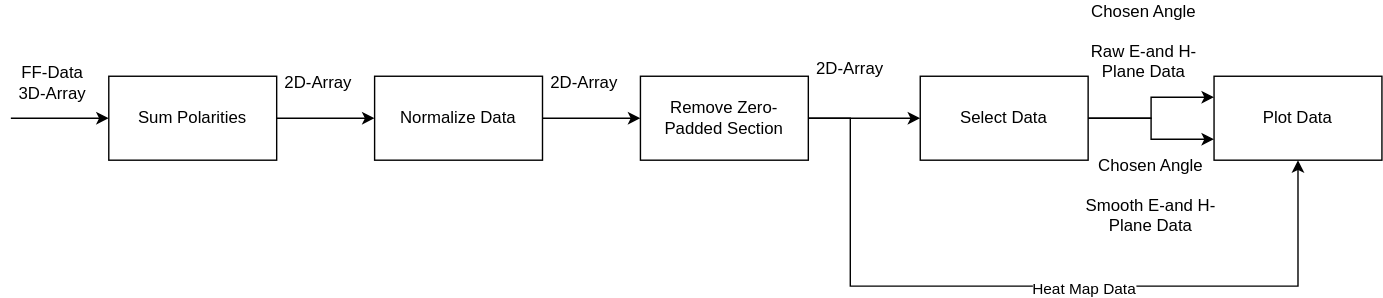
Before: Figures/systemDesign/postProcessing/postProcessingBlock.svg, a diagram exported from draw.io (Mikkelnn/ESD5-Project). Source tidied: cells renumbered, new cells last; positions are measured from the earlier drawing's top-left corner, leaving out a move shared by most shapes.
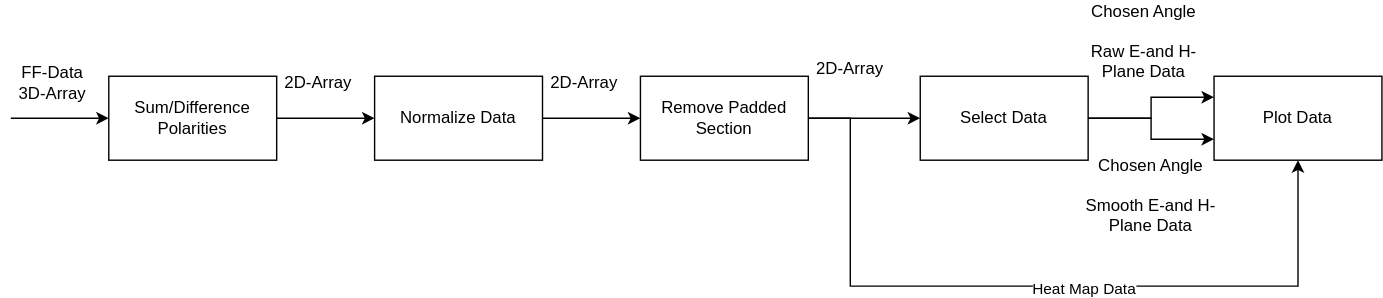
Above is the later version.

Commit message:
Fuck dig Vini

The edit, as a diff of the source:
```diff
@@ -31,7 +31,7 @@
         <mxPoint x="29" as="offset" />
       </mxGeometry>
     </mxCell>
-    <mxCell id="9" value="Remove Zero-Padded Section" style="rounded=0;whiteSpace=wrap;html=1;" parent="1" vertex="1">
+    <mxCell id="9" value="Remove &lt;span style=&quot;background-color: initial;&quot;&gt;Padded Section&lt;/span&gt;" style="rounded=0;whiteSpace=wrap;html=1;" parent="1" vertex="1">
       <mxGeometry x="450" y="40" width="120" height="60" as="geometry" />
     </mxCell>
     <mxCell id="10" value="&lt;div&gt;FF-Data&lt;/div&gt;3D-Array" style="text;html=1;align=center;verticalAlign=middle;whiteSpace=wrap;rounded=0;" parent="1" vertex="1">
@@ -61,7 +61,7 @@
     <mxCell id="18" style="edgeStyle=orthogonalEdgeStyle;rounded=0;jettySize=auto;html=1;exitX=1;exitY=0.5;exitDx=0;exitDy=0;" parent="1" edge="1" source="19" target="15">
       <mxGeometry relative="1" as="geometry" />
     </mxCell>
-    <mxCell id="19" value="Sum Polarities" style="rounded=0;whiteSpace=wrap;html=1;" parent="1" vertex="1">
+    <mxCell id="19" value="Sum/Difference Polarities" style="rounded=0;whiteSpace=wrap;html=1;" parent="1" vertex="1">
       <mxGeometry x="70" y="40" width="120" height="60" as="geometry" />
     </mxCell>
     <mxCell id="20" style="endArrow=classic;html=1;rounded=0;entryX=0;entryY=0.5;entryDx=0;entryDy=0;" parent="1" edge="1" target="19">
```
